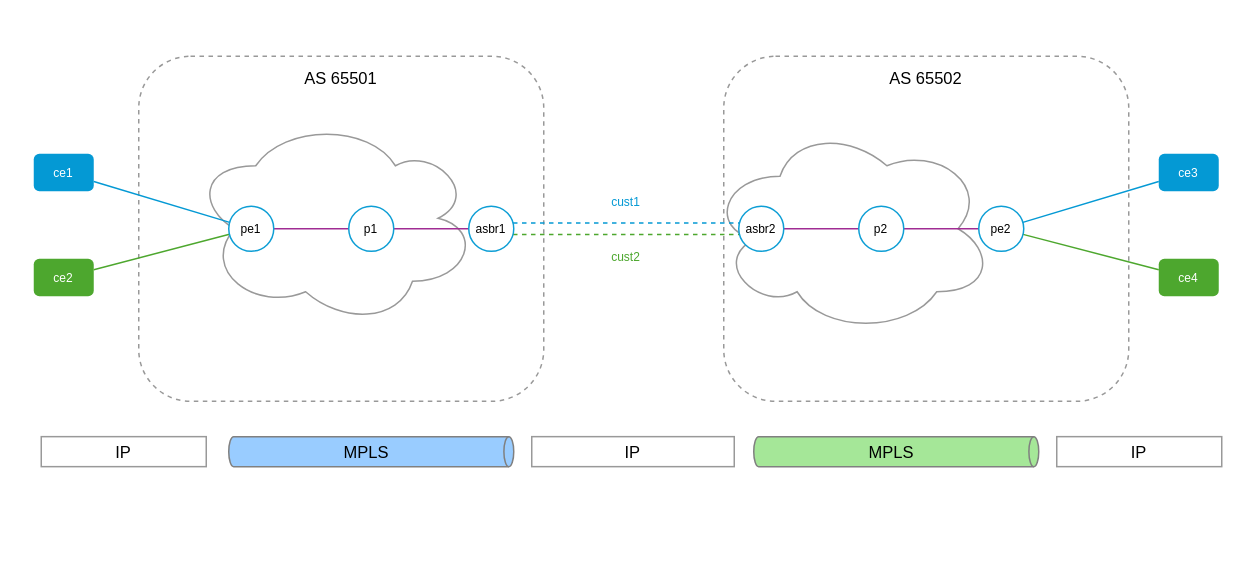
zebra-rs/zebra-rs keeps this draw.io diagram as playset/images/InterASOptionA.drawio. Above is the earlier version. Source tidied: cells renumbered, new cells numbered last; positions are measured from the earlier drawing's top-left corner, leaving out a move shared by most shapes. Both pictures are drawn from the tidied source at 150%, with x=0, y=0 at pixel (33, 56).
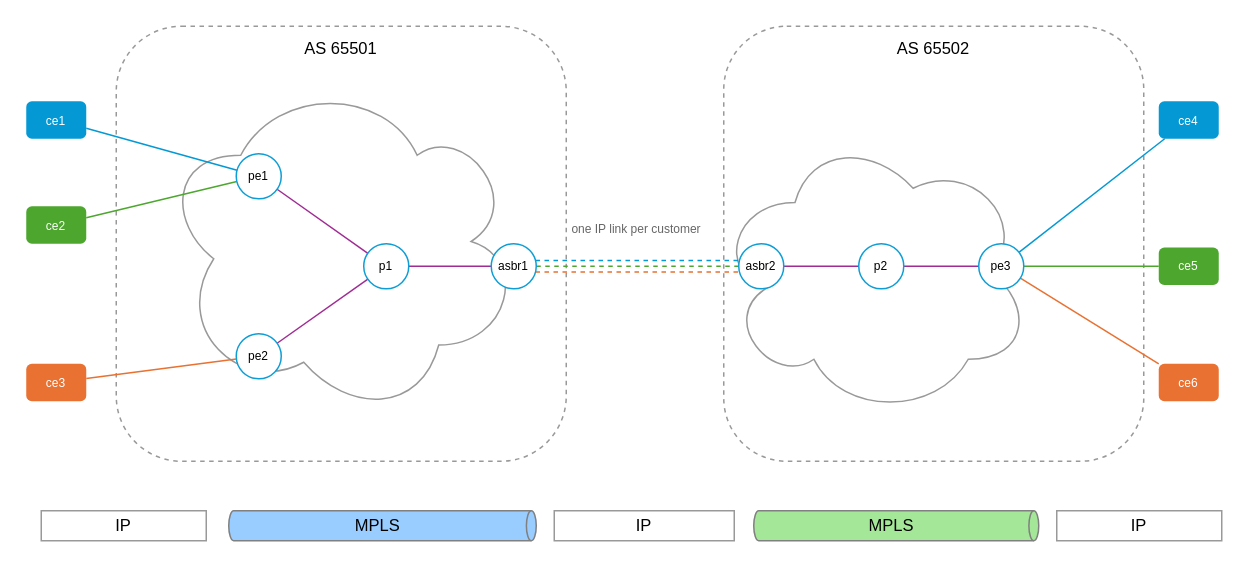
The same page after the edit.

Change to the diagram source:
```diff
@@
     <mxCell id="2" style="rounded=1;whiteSpace=wrap;html=1;fillColor=none;dashed=1;strokeColor=#999999;" parent="1" vertex="1">
-      <mxGeometry x="70" width="270" height="230" as="geometry" />
+      <mxGeometry x="55" y="-20" width="300" height="290" as="geometry" />
     </mxCell>
     <mxCell id="3" style="rounded=1;whiteSpace=wrap;html=1;fillColor=none;dashed=1;strokeColor=#999999;" parent="1" vertex="1">
-      <mxGeometry x="460" width="270" height="230" as="geometry" />
+      <mxGeometry x="460" y="-20" width="280" height="290" as="geometry" />
     </mxCell>
     <mxCell id="4" style="ellipse;shape=cloud;whiteSpace=wrap;html=1;flipV=1;flipH=1;strokeColor=#999999;" parent="1" vertex="1">
-      <mxGeometry x="110" y="45" width="190" height="140" as="geometry" />
+      <mxGeometry x="90" y="20" width="240" height="230" as="geometry" />
     </mxCell>
     <mxCell id="5" style="ellipse;shape=cloud;whiteSpace=wrap;html=1;strokeColor=#999999;" parent="1" vertex="1">
-      <mxGeometry x="450" y="45" width="190" height="140" as="geometry" />
+      <mxGeometry x="455" y="50" width="210" height="190" as="geometry" />
     </mxCell>
     <mxCell id="6" value="AS 65501" style="text;html=1;whiteSpace=wrap;strokeColor=none;fillColor=none;align=center;verticalAlign=middle;rounded=0;fontSize=11;" parent="1" vertex="1">
-      <mxGeometry x="170" width="70" height="30" as="geometry" />
+      <mxGeometry x="170" y="-20" width="70" height="30" as="geometry" />
     </mxCell>
     <mxCell id="7" value="AS 65502" style="text;html=1;whiteSpace=wrap;strokeColor=none;fillColor=none;align=center;verticalAlign=middle;rounded=0;fontSize=11;" parent="1" vertex="1">
-      <mxGeometry x="560" width="70" height="30" as="geometry" />
+      <mxGeometry x="565" y="-20" width="70" height="30" as="geometry" />
     </mxCell>
@@
+    <mxCell id="35" style="endArrow=none;html=1;rounded=0;strokeColor=#E97131;" parent="1" edge="1" source="28" target="25">
+      <mxGeometry relative="1" as="geometry" />
+    </mxCell>
@@
+    <mxCell id="36" style="endArrow=none;html=1;rounded=0;strokeColor=#A02C93;" parent="1" edge="1" source="25" target="21">
+      <mxGeometry relative="1" as="geometry" />
+    </mxCell>
@@
-    <mxCell id="13" style="endArrow=none;html=1;rounded=0;strokeColor=#A02C93;" parent="1" edge="1" source="24" target="25">
-      <mxGeometry relative="1" as="geometry" />
-    </mxCell>
-    <mxCell id="14" style="endArrow=none;html=1;rounded=0;strokeColor=#0499D4;" parent="1" edge="1" source="25" target="28">
-      <mxGeometry relative="1" as="geometry" />
-    </mxCell>
-    <mxCell id="15" style="endArrow=none;html=1;rounded=0;strokeColor=#4DA72E;" parent="1" edge="1" source="25" target="29">
-      <mxGeometry relative="1" as="geometry" />
-    </mxCell>
+    <mxCell id="37" style="endArrow=none;html=1;rounded=0;strokeColor=#A02C93;" parent="1" edge="1" source="24" target="43">
+      <mxGeometry relative="1" as="geometry" />
+    </mxCell>
+    <mxCell id="38" style="endArrow=none;html=1;rounded=0;strokeColor=#0499D4;" parent="1" edge="1" source="43" target="29">
+      <mxGeometry relative="1" as="geometry" />
+    </mxCell>
+    <mxCell id="39" style="endArrow=none;html=1;rounded=0;strokeColor=#4DA72E;" parent="1" edge="1" source="43" target="44">
+      <mxGeometry relative="1" as="geometry" />
+    </mxCell>
+    <mxCell id="40" style="endArrow=none;html=1;rounded=0;strokeColor=#E97131;" parent="1" edge="1" source="43" target="45">
+      <mxGeometry relative="1" as="geometry" />
+    </mxCell>
@@
-    <mxCell id="17" style="endArrow=none;html=1;rounded=0;dashed=1;strokeColor=#4DA72E;exitX=1;exitY=0.65;exitDx=0;exitDy=0;entryX=0;entryY=0.65;entryDx=0;entryDy=0;" parent="1" edge="1" source="22" target="23">
+    <mxCell id="17" style="endArrow=none;html=1;rounded=0;dashed=1;strokeColor=#4DA72E;exitX=1;exitY=0.5;exitDx=0;exitDy=0;entryX=0;entryY=0.5;entryDx=0;entryDy=0;" parent="1" edge="1" source="22" target="23">
       <mxGeometry relative="1" as="geometry" />
     </mxCell>
-    <mxCell id="18" value="cust1" style="text;html=1;whiteSpace=wrap;strokeColor=none;fillColor=none;align=center;verticalAlign=middle;rounded=0;fontSize=8;fontColor=#0499D4;" parent="1" vertex="1">
-      <mxGeometry x="375" y="90" width="40" height="14" as="geometry" />
-    </mxCell>
-    <mxCell id="19" value="cust2" style="text;html=1;whiteSpace=wrap;strokeColor=none;fillColor=none;align=center;verticalAlign=middle;rounded=0;fontSize=8;fontColor=#4DA72E;" parent="1" vertex="1">
-      <mxGeometry x="375" y="127" width="40" height="14" as="geometry" />
-    </mxCell>
+    <mxCell id="41" style="endArrow=none;html=1;rounded=0;dashed=1;strokeColor=#E97131;exitX=1;exitY=0.65;exitDx=0;exitDy=0;entryX=0;entryY=0.65;entryDx=0;entryDy=0;" parent="1" edge="1" source="22" target="23">
+      <mxGeometry relative="1" as="geometry" />
+    </mxCell>
+    <mxCell id="42" value="one IP link per customer" style="text;html=1;whiteSpace=wrap;strokeColor=none;fillColor=none;align=center;verticalAlign=middle;rounded=0;fontSize=8;fontColor=#666666;" parent="1" vertex="1">
+      <mxGeometry x="332" y="108" width="140" height="14" as="geometry" />
+    </mxCell>
     <mxCell id="20" value="pe1" style="ellipse;whiteSpace=wrap;html=1;strokeColor=#0E9ED5;fillColor=#FFFFFF;fontSize=8;" parent="1" vertex="1">
-      <mxGeometry x="130" y="100" width="30" height="30" as="geometry" />
+      <mxGeometry x="135" y="65" width="30" height="30" as="geometry" />
     </mxCell>
+    <mxCell id="25" value="pe2" style="ellipse;whiteSpace=wrap;html=1;strokeColor=#0E9ED5;fillColor=#FFFFFF;fontSize=8;" parent="1" vertex="1">
+      <mxGeometry x="135" y="185" width="30" height="30" as="geometry" />
+    </mxCell>
     <mxCell id="21" value="p1" style="ellipse;whiteSpace=wrap;html=1;strokeColor=#0E9ED5;fillColor=#FFFFFF;fontSize=8;" parent="1" vertex="1">
-      <mxGeometry x="210" y="100" width="30" height="30" as="geometry" />
+      <mxGeometry x="220" y="125" width="30" height="30" as="geometry" />
     </mxCell>
     <mxCell id="22" value="asbr1" style="ellipse;whiteSpace=wrap;html=1;strokeColor=#0E9ED5;fillColor=#FFFFFF;fontSize=8;" parent="1" vertex="1">
-      <mxGeometry x="290" y="100" width="30" height="30" as="geometry" />
+      <mxGeometry x="305" y="125" width="30" height="30" as="geometry" />
     </mxCell>
     <mxCell id="23" value="asbr2" style="ellipse;whiteSpace=wrap;html=1;strokeColor=#0E9ED5;fillColor=#FFFFFF;fontSize=8;" parent="1" vertex="1">
-      <mxGeometry x="470" y="100" width="30" height="30" as="geometry" />
+      <mxGeometry x="470" y="125" width="30" height="30" as="geometry" />
     </mxCell>
     <mxCell id="24" value="p2" style="ellipse;whiteSpace=wrap;html=1;strokeColor=#0E9ED5;fillColor=#FFFFFF;fontSize=8;" parent="1" vertex="1">
-      <mxGeometry x="550" y="100" width="30" height="30" as="geometry" />
+      <mxGeometry x="550" y="125" width="30" height="30" as="geometry" />
     </mxCell>
-    <mxCell id="25" value="pe2" style="ellipse;whiteSpace=wrap;html=1;strokeColor=#0E9ED5;fillColor=#FFFFFF;fontSize=8;" parent="1" vertex="1">
-      <mxGeometry x="630" y="100" width="30" height="30" as="geometry" />
-    </mxCell>
+    <mxCell id="43" value="pe3" style="ellipse;whiteSpace=wrap;html=1;strokeColor=#0E9ED5;fillColor=#FFFFFF;fontSize=8;" parent="1" vertex="1">
+      <mxGeometry x="630" y="125" width="30" height="30" as="geometry" />
+    </mxCell>
     <mxCell id="26" value="ce1" style="rounded=1;whiteSpace=wrap;html=1;fillStyle=solid;fillColor=#0499D4;strokeColor=none;fontSize=8;fontColor=#FFFFFF;" parent="1" vertex="1">
-      <mxGeometry y="65" width="40" height="25" as="geometry" />
+      <mxGeometry x="-5" y="30" width="40" height="25" as="geometry" />
     </mxCell>
     <mxCell id="27" value="ce2" style="rounded=1;whiteSpace=wrap;html=1;fillStyle=solid;fillColor=#4DA72E;strokeColor=none;fontSize=8;fontColor=#FFFFFF;" parent="1" vertex="1">
-      <mxGeometry y="135" width="40" height="25" as="geometry" />
+      <mxGeometry x="-5" y="100" width="40" height="25" as="geometry" />
     </mxCell>
-    <mxCell id="28" value="ce3" style="rounded=1;whiteSpace=wrap;html=1;fillStyle=solid;fillColor=#0499D4;strokeColor=none;fontSize=8;fontColor=#FFFFFF;" parent="1" vertex="1">
-      <mxGeometry x="750" y="65" width="40" height="25" as="geometry" />
+    <mxCell id="28" value="ce3" style="rounded=1;whiteSpace=wrap;html=1;fillStyle=solid;fillColor=#E97131;strokeColor=none;fontSize=8;fontColor=#FFFFFF;" parent="1" vertex="1">
+      <mxGeometry x="-5" y="205" width="40" height="25" as="geometry" />
     </mxCell>
-    <mxCell id="29" value="ce4" style="rounded=1;whiteSpace=wrap;html=1;fillStyle=solid;fillColor=#4DA72E;strokeColor=none;fontSize=8;fontColor=#FFFFFF;" parent="1" vertex="1">
-      <mxGeometry x="750" y="135" width="40" height="25" as="geometry" />
+    <mxCell id="29" value="ce4" style="rounded=1;whiteSpace=wrap;html=1;fillStyle=solid;fillColor=#0499D4;strokeColor=none;fontSize=8;fontColor=#FFFFFF;" parent="1" vertex="1">
+      <mxGeometry x="750" y="30" width="40" height="25" as="geometry" />
     </mxCell>
+    <mxCell id="44" value="ce5" style="rounded=1;whiteSpace=wrap;html=1;fillStyle=solid;fillColor=#4DA72E;strokeColor=none;fontSize=8;fontColor=#FFFFFF;" parent="1" vertex="1">
+      <mxGeometry x="750" y="127.5" width="40" height="25" as="geometry" />
+    </mxCell>
+    <mxCell id="45" value="ce6" style="rounded=1;whiteSpace=wrap;html=1;fillStyle=solid;fillColor=#E97131;strokeColor=none;fontSize=8;fontColor=#FFFFFF;" parent="1" vertex="1">
+      <mxGeometry x="750" y="205" width="40" height="25" as="geometry" />
+    </mxCell>
     <mxCell id="30" value="IP" style="rounded=0;whiteSpace=wrap;html=1;strokeColor=#999999;fontSize=11;" parent="1" vertex="1">
-      <mxGeometry x="5" y="253.6" width="110" height="20" as="geometry" />
+      <mxGeometry x="5" y="303" width="110" height="20" as="geometry" />
     </mxCell>
     <mxCell id="31" value="MPLS" style="shape=cylinder3;whiteSpace=wrap;html=1;boundedLbl=1;backgroundOutline=1;size=3.285714285714164;direction=south;strokeColor=#808080;fillColor=light-dark(#99CCFF,#2566A8);fontColor=#000000;fontSize=11;" parent="1" vertex="1">
-      <mxGeometry x="130" y="253.6" width="190" height="20" as="geometry" />
+      <mxGeometry x="130" y="303" width="205" height="20" as="geometry" />
     </mxCell>
     <mxCell id="32" value="IP" style="rounded=0;whiteSpace=wrap;html=1;strokeColor=#999999;fontSize=11;" parent="1" vertex="1">
-      <mxGeometry x="332" y="253.6" width="135" height="20" as="geometry" />
+      <mxGeometry x="347" y="303" width="120" height="20" as="geometry" />
     </mxCell>
     <mxCell id="33" value="MPLS" style="shape=cylinder3;whiteSpace=wrap;html=1;boundedLbl=1;backgroundOutline=1;size=3.285714285714164;direction=south;strokeColor=#808080;fillColor=light-dark(#A5E798,#003900);fontColor=#000000;fontSize=11;" parent="1" vertex="1">
-      <mxGeometry x="480" y="253.6" width="190" height="20" as="geometry" />
+      <mxGeometry x="480" y="303" width="190" height="20" as="geometry" />
     </mxCell>
     <mxCell id="34" value="IP" style="rounded=0;whiteSpace=wrap;html=1;strokeColor=#999999;fontSize=11;" parent="1" vertex="1">
-      <mxGeometry x="682" y="253.6" width="110" height="20" as="geometry" />
+      <mxGeometry x="682" y="303" width="110" height="20" as="geometry" />
     </mxCell>
```
